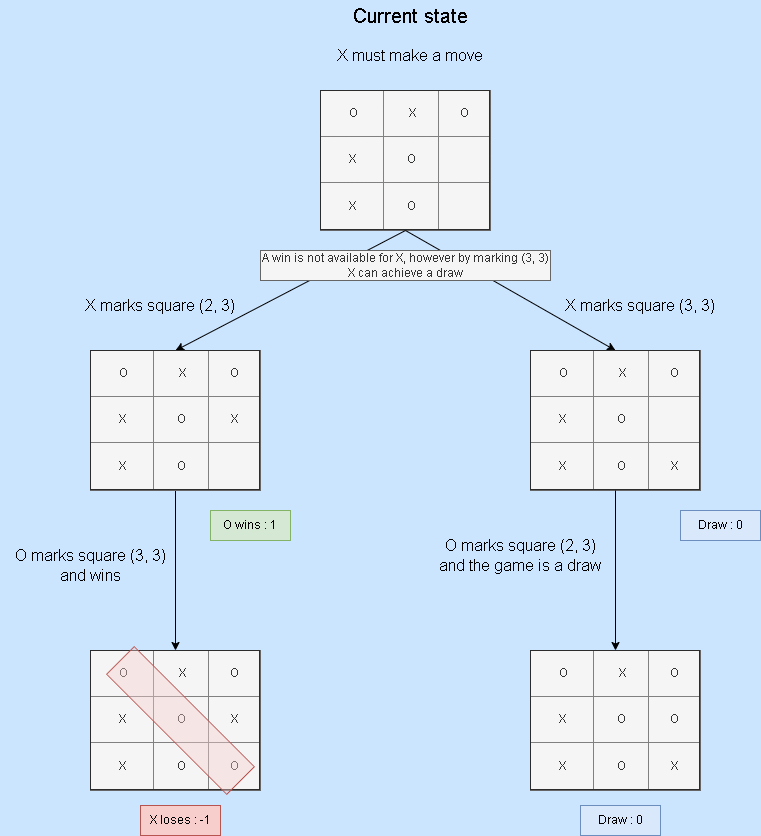
dimitarnn/PythonTicTacToe keeps this draw.io diagram as Doc/TicTacToe_algorithm_diagram_4.png. Above is the earlier version. Source tidied: cells renumbered, new cells last; positions are measured from the earlier drawing's top-left corner, leaving out a move shared by most shapes.
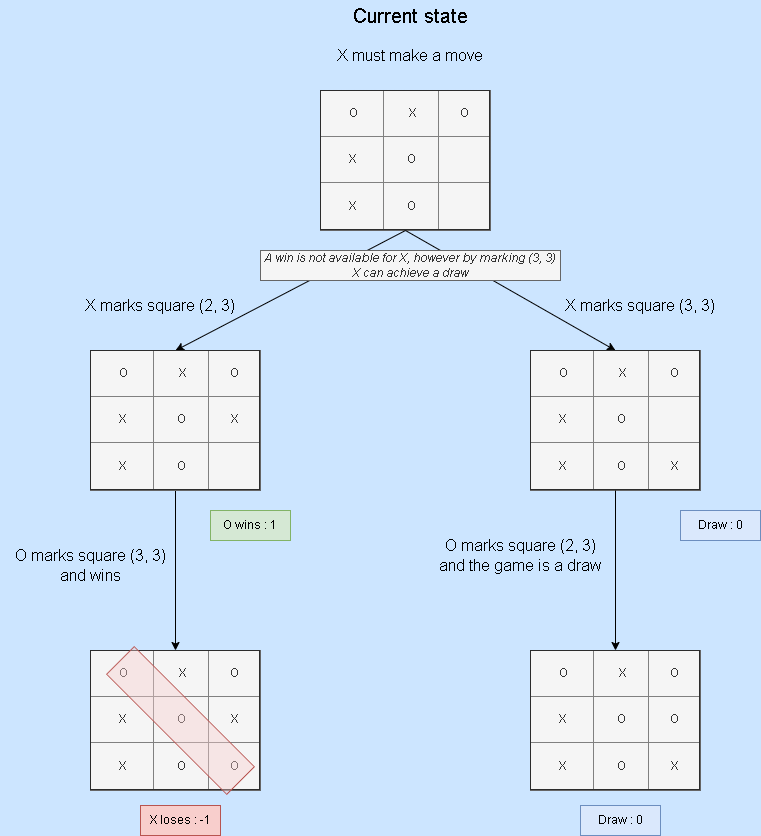
The same file after the commit.

The edit, as a diff of the source:
```diff
@@ -62,8 +62,8 @@
     <mxCell id="21" value="Draw : 0" style="text;html=1;strokeColor=#6c8ebf;fillColor=#dae8fc;align=center;verticalAlign=middle;whiteSpace=wrap;rounded=0;" parent="1" vertex="1">
       <mxGeometry x="680" y="510" width="80" height="30" as="geometry" />
     </mxCell>
-    <mxCell id="22" value="A win is not available for X, however by marking (3, 3) X can achieve a draw" style="text;html=1;strokeColor=#666666;fillColor=#f5f5f5;align=center;verticalAlign=middle;whiteSpace=wrap;rounded=0;fontColor=#333333;" parent="1" vertex="1">
-      <mxGeometry x="260" y="250" width="290" height="30" as="geometry" />
+    <mxCell id="22" value="&lt;i&gt;A win is not available for X, however by marking (3, 3) X can achieve a draw&lt;/i&gt;" style="text;html=1;strokeColor=#666666;fillColor=#f5f5f5;align=center;verticalAlign=middle;whiteSpace=wrap;rounded=0;fontColor=#333333;" parent="1" vertex="1">
+      <mxGeometry x="260" y="250" width="300" height="30" as="geometry" />
     </mxCell>
   </root>
 </mxGraphModel>
```
